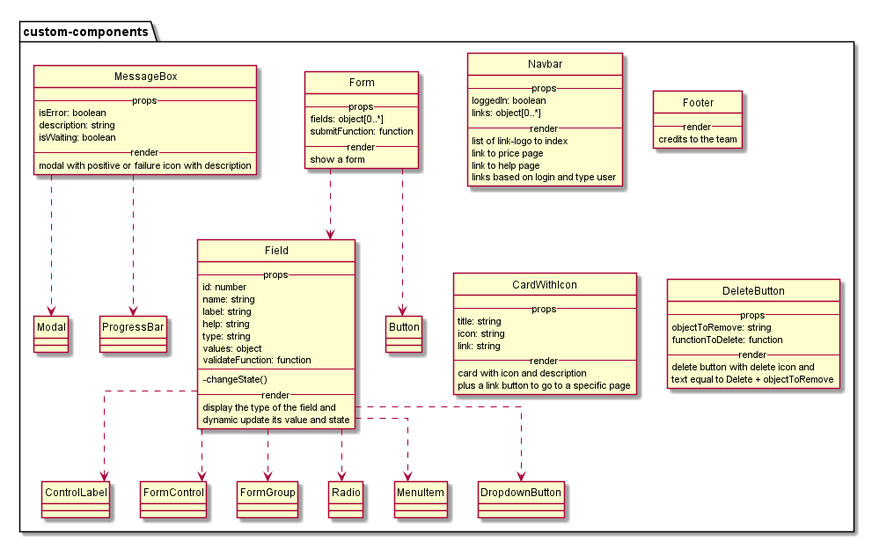
M9k/Marvin-Documentazione---353 keeps this PlantUML diagram as Esterni/ManualeSviluppatore/diagrammi/react/customComponents.png. Above is the earlier version. Its diagram source:
```plantuml
@startuml

hide circle

skinparam classAttributeIconSize 0

skinparam linetype ortho

skinparam hide circle




package custom-components as CustomComponents {

class Navbar{
  --props--
    loggedIn: boolean
    links: object[0..*]
  --render--
    list of link-logo to index
    link to price page
    link to help page
    links based on login and type user
}


class Field{
    --props--
        id: number
        name: string
        label: string
        help: string
        type: string
        values: object
        validateFunction: function
    ----
        - changeState()
    --render--
        display the type of the field and
        dynamic update its value and state
}
Field ..> ControlLabel
Field ..> FormControl
Field ..> FormGroup
Field ..> Radio
Field ..> MenuItem
Field ..> DropdownButton

class Form{
    --props--
        fields: object[0..*]
        submitFunction: function
    --render--
        show a form
}
Form ..> Button
Form ..> Field

class Footer{
  --render--
    credits to the team
}


class CardWithIcon{
    --props--
        title: string
        icon: string
        link: string
    --render--
        card with icon and description
        plus a link button to go to a specific page
}

class DeleteButton{
    --props--
        objectToRemove: string
        functionToDelete: function
    --render--
        delete button with delete icon and
         text equal to Delete + objectToRemove
}

class MessageBox {
    --props--
       isError: boolean
       description: string
	   isWaiting: boolean
    --render--
    modal with positive or failure icon with description
}

MessageBox ..> Modal
MessageBox ..> ProgressBar

}

@enduml
```
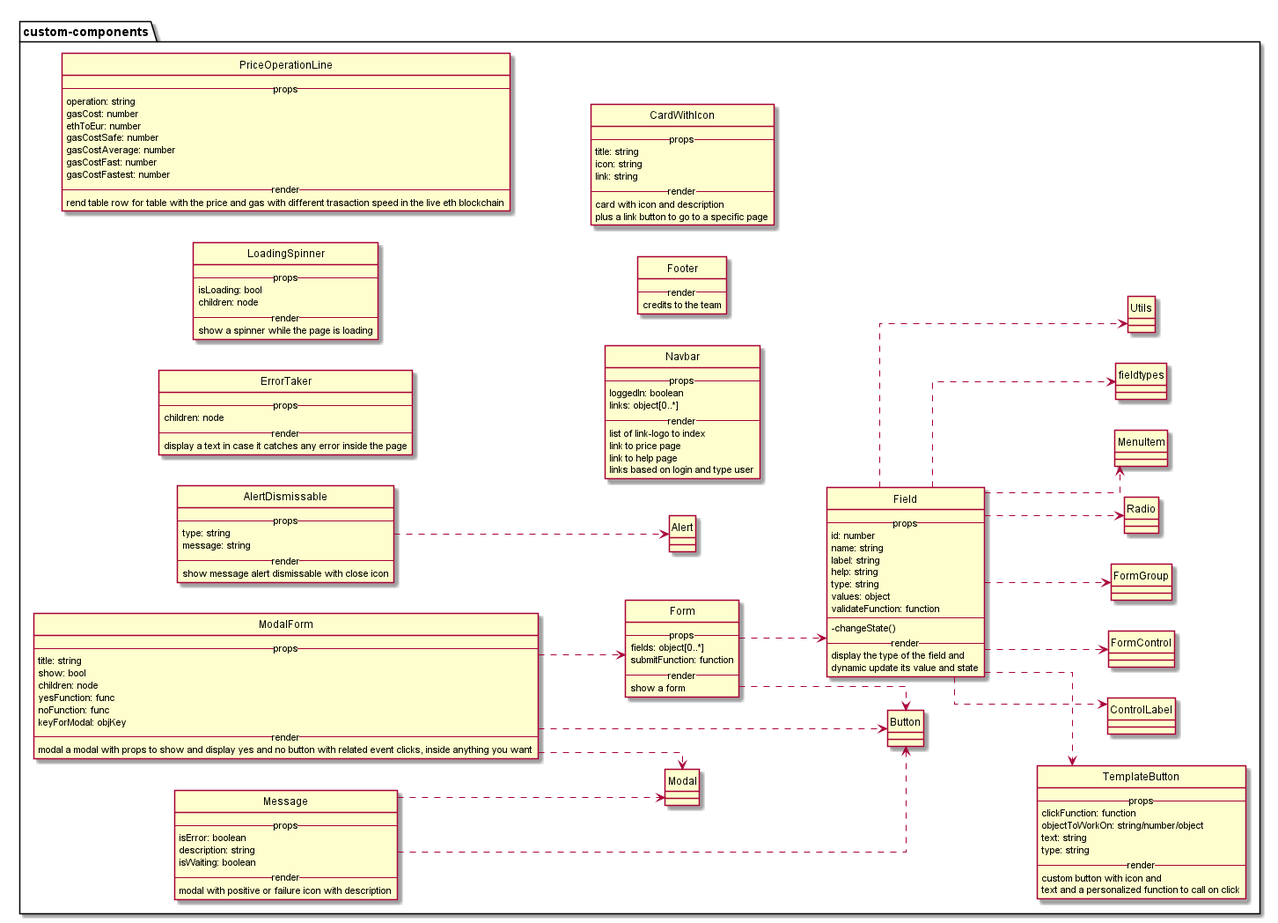
The same diagram one commit later.

Commit message:
aggiornato custom/bootstrap e simplearch immagini

Change to the diagram source:
```diff
@@ -8,10 +8,80 @@
 
 skinparam hide circle
 
+left to right direction
 
 
 
 package custom-components as CustomComponents {
+
+
+class AlertDismissable{
+    --props--
+       type: string
+       message: string
+    --render--
+    show message alert dismissable with close icon
+}
+
+AlertDismissable ..> Alert
+
+
+class ErrorTaker{
+    --props--
+       children: node
+    --render--
+    display a text in case it catches any error inside the page
+}
+
+
+class LoadingSpinner{
+    --props--
+       isLoading: bool
+       children: node
+    --render--
+    show a spinner while the page is loading
+}
+
+
+class ModalForm{
+    --props--
+       title: string
+       show: bool
+	   children: node
+	   yesFunction: func
+	   noFunction: func
+	   keyForModal: objKey
+    --render--
+    modal a modal with props to show and display yes and no button with related event clicks, inside anything you want
+}
+ModalForm ..> Button
+ModalForm ..> Modal
+ModalForm ..> Form
+
+
+class PriceOperationLine{
+    --props--
+       operation: string
+       gasCost: number
+	   ethToEur: number
+       gasCostSafe: number
+       gasCostAverage: number
+       gasCostFast: number
+       gasCostFastest: number
+    --render--
+    rend table row for table with the price and gas with different trasaction speed in the live eth blockchain
+}
+
+class TemplateButton{
+    --props--
+        clickFunction: function
+        objectToWorkOn: string/number/object
+        text: string
+        type: string
+    --render--
+        custom button with icon and
+         text and a personalized function to call on click
+}
 
 class Navbar{
   --props--
@@ -45,7 +115,9 @@
 Field ..> FormGroup
 Field ..> Radio
 Field ..> MenuItem
-Field ..> DropdownButton
+Field ..> TemplateButton
+Field ..> fieldtypes
+Field ..> Utils
 
 class Form{
     --props--
@@ -73,16 +145,7 @@
         plus a link button to go to a specific page
 }
 
-class DeleteButton{
-    --props--
-        objectToRemove: string
-        functionToDelete: function
-    --render--
-        delete button with delete icon and
-         text equal to Delete + objectToRemove
-}
-
-class MessageBox {
+class Message {
     --props--
        isError: boolean
        description: string
@@ -91,8 +154,8 @@
     modal with positive or failure icon with description
 }
 
-MessageBox ..> Modal
-MessageBox ..> ProgressBar
+Message ..> Modal
+Message ..> Button
 
 }
 
```
